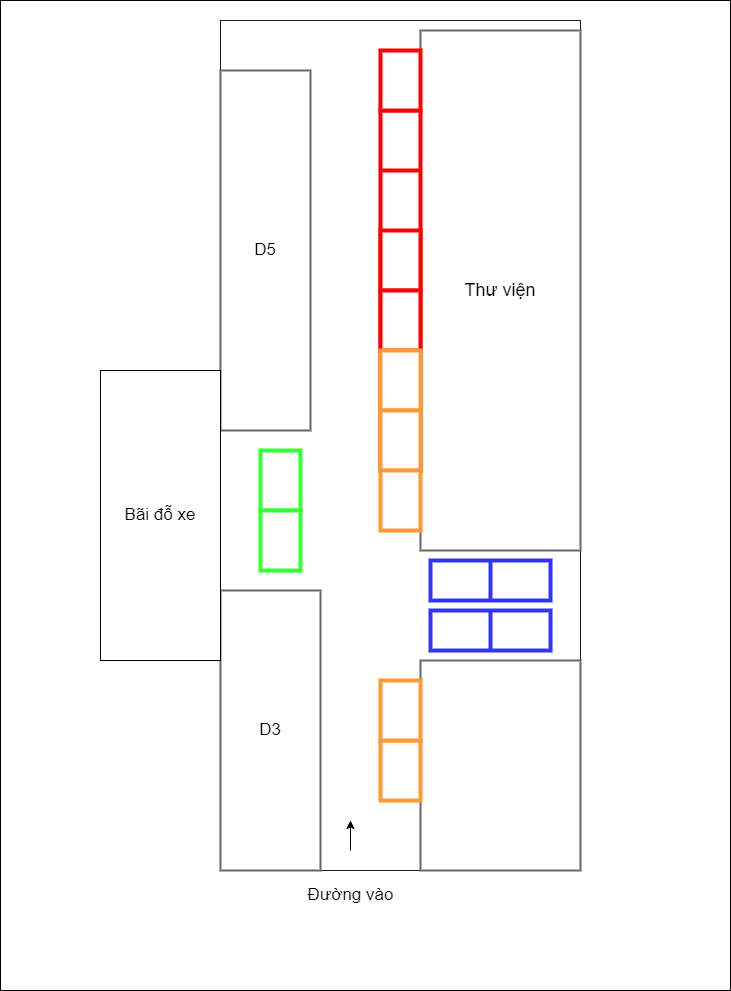
thvroyal/hustparking keeps this draw.io diagram as src/assets/img/2D_thư_viện_D35.drawio.png. Above is the earlier version. Source tidied: cells renumbered, new cells last; positions are measured from the earlier drawing's top-left corner, leaving out a move shared by most shapes. Source of this version:
```xml
<mxGraphModel>
  <root>
    <mxCell id="0" />
    <mxCell id="1" parent="0" />
    <mxCell id="2" style="rounded=0;whiteSpace=wrap;html=1;fontSize=17;shadow=0;sketch=0;" parent="1" vertex="1">
      <mxGeometry width="730" height="990" as="geometry" />
    </mxCell>
    <mxCell id="3" style="rounded=0;whiteSpace=wrap;html=1;strokeColor=#1F1F1F;" parent="1" vertex="1">
      <mxGeometry x="220" y="20" width="360" height="850" as="geometry" />
    </mxCell>
    <mxCell id="4" value="&lt;font style=&quot;font-size: 18px&quot;&gt;Thư viện&lt;/font&gt;" style="rounded=0;whiteSpace=wrap;html=1;strokeWidth=2;strokeColor=#666666;" parent="1" vertex="1">
      <mxGeometry x="420" y="30" width="160" height="520" as="geometry" />
    </mxCell>
    <mxCell id="5" style="rounded=0;whiteSpace=wrap;html=1;strokeColor=#3333FF;strokeWidth=4;perimeterSpacing=0;" parent="1" vertex="1">
      <mxGeometry x="430" y="560" width="120" height="40" as="geometry" />
    </mxCell>
    <mxCell id="6" style="rounded=0;whiteSpace=wrap;html=1;strokeColor=#FF0000;strokeWidth=4;" parent="1" vertex="1">
      <mxGeometry x="380" y="110" width="40" height="360" as="geometry" />
    </mxCell>
    <mxCell id="7" style="endArrow=none;html=1;rounded=0;strokeColor=#FF0000;strokeWidth=4;" parent="1" edge="1" source="6">
      <mxGeometry relative="1" as="geometry">
        <mxPoint x="420" y="170" as="targetPoint" />
        <Array as="points">
          <mxPoint x="380" y="170" />
        </Array>
      </mxGeometry>
    </mxCell>
    <mxCell id="8" style="rounded=0;whiteSpace=wrap;html=1;strokeColor=#3333FF;strokeWidth=4;" parent="1" vertex="1">
      <mxGeometry x="430" y="610" width="120" height="40" as="geometry" />
    </mxCell>
    <mxCell id="9" style="endArrow=none;html=1;rounded=0;entryX=0.5;entryY=1;entryDx=0;entryDy=0;strokeColor=#3333FF;strokeWidth=4;" parent="1" edge="1" target="5">
      <mxGeometry relative="1" as="geometry">
        <mxPoint x="490" y="560" as="sourcePoint" />
      </mxGeometry>
    </mxCell>
    <mxCell id="10" style="endArrow=none;html=1;rounded=0;entryX=0.5;entryY=0;entryDx=0;entryDy=0;strokeColor=#3333FF;strokeWidth=4;" parent="1" edge="1" target="8">
      <mxGeometry relative="1" as="geometry">
        <mxPoint x="490" y="650" as="sourcePoint" />
      </mxGeometry>
    </mxCell>
    <mxCell id="11" style="rounded=0;whiteSpace=wrap;html=1;strokeWidth=2;strokeColor=#666666;" parent="1" vertex="1">
      <mxGeometry x="420" y="660" width="160" height="210" as="geometry" />
    </mxCell>
    <mxCell id="12" style="rounded=0;whiteSpace=wrap;html=1;strokeColor=#FF9933;strokeWidth=4;" parent="1" vertex="1">
      <mxGeometry x="380" y="740" width="40" height="60" as="geometry" />
    </mxCell>
    <mxCell id="13" style="rounded=0;whiteSpace=wrap;html=1;strokeColor=#FF9933;strokeWidth=4;" parent="1" vertex="1">
      <mxGeometry x="380" y="680" width="40" height="60" as="geometry" />
    </mxCell>
    <mxCell id="14" style="rounded=0;whiteSpace=wrap;html=1;strokeColor=#FF0000;strokeWidth=4;" parent="1" vertex="1">
      <mxGeometry x="380" y="230" width="40" height="60" as="geometry" />
    </mxCell>
    <mxCell id="15" style="rounded=0;whiteSpace=wrap;html=1;strokeColor=#FF0000;strokeWidth=4;" parent="1" vertex="1">
      <mxGeometry x="380" y="290" width="40" height="60" as="geometry" />
    </mxCell>
    <mxCell id="16" style="rounded=0;whiteSpace=wrap;html=1;strokeColor=#FF9933;strokeWidth=4;" parent="1" vertex="1">
      <mxGeometry x="380" y="350" width="40" height="60" as="geometry" />
    </mxCell>
    <mxCell id="17" style="rounded=0;whiteSpace=wrap;html=1;strokeColor=#FF9933;strokeWidth=4;" parent="1" vertex="1">
      <mxGeometry x="380" y="410" width="40" height="60" as="geometry" />
    </mxCell>
    <mxCell id="18" value="&lt;font style=&quot;font-size: 17px&quot;&gt;D5&lt;/font&gt;" style="rounded=0;whiteSpace=wrap;html=1;strokeColor=#666666;strokeWidth=2;glass=0;shadow=0;" parent="1" vertex="1">
      <mxGeometry x="220" y="70" width="90" height="360" as="geometry" />
    </mxCell>
    <mxCell id="19" value="&lt;font style=&quot;font-size: 17px&quot;&gt;D3&lt;/font&gt;" style="rounded=0;whiteSpace=wrap;html=1;strokeWidth=2;strokeColor=#666666;" parent="1" vertex="1">
      <mxGeometry x="220" y="590" width="100" height="280" as="geometry" />
    </mxCell>
    <mxCell id="20" style="rounded=0;whiteSpace=wrap;html=1;strokeColor=#33FF33;strokeWidth=4;" parent="1" vertex="1">
      <mxGeometry x="260" y="450" width="40" height="60" as="geometry" />
    </mxCell>
    <mxCell id="21" style="rounded=0;whiteSpace=wrap;html=1;strokeColor=#33FF33;strokeWidth=4;" parent="1" vertex="1">
      <mxGeometry x="260" y="510" width="40" height="60" as="geometry" />
    </mxCell>
    <mxCell id="22" value="Đường vào" style="text;html=1;align=center;verticalAlign=middle;strokeColor=none;fillColor=none;fontSize=17;" parent="1" vertex="1">
      <mxGeometry x="300" y="880" width="100" height="30" as="geometry" />
    </mxCell>
    <mxCell id="23" style="endArrow=classic;html=1;rounded=0;fontSize=17;" parent="1" edge="1">
      <mxGeometry relative="1" as="geometry">
        <mxPoint x="350" y="850" as="sourcePoint" />
        <mxPoint x="350" y="820" as="targetPoint" />
      </mxGeometry>
    </mxCell>
    <mxCell id="24" value="Bãi đỗ xe" style="rounded=0;whiteSpace=wrap;html=1;fontSize=17;" parent="1" vertex="1">
      <mxGeometry x="100" y="370" width="120" height="290" as="geometry" />
    </mxCell>
    <mxCell id="25" style="rounded=0;whiteSpace=wrap;html=1;strokeColor=#FF9933;strokeWidth=4;" parent="1" vertex="1">
      <mxGeometry x="380" y="470" width="40" height="60" as="geometry" />
    </mxCell>
    <mxCell id="26" style="rounded=0;whiteSpace=wrap;html=1;strokeColor=#FF0000;strokeWidth=4;" parent="1" vertex="1">
      <mxGeometry x="380" y="50" width="40" height="60" as="geometry" />
    </mxCell>
  </root>
</mxGraphModel>
```
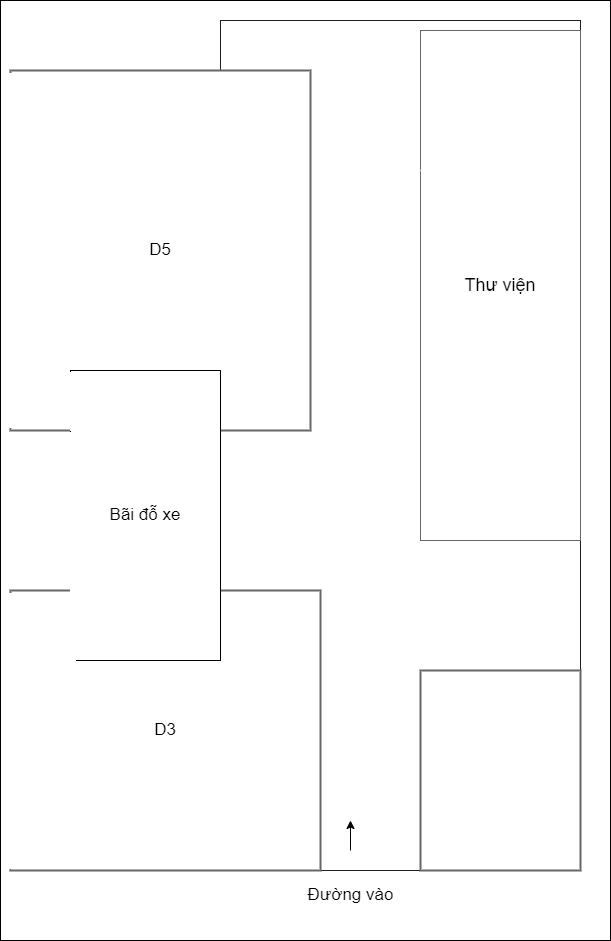
Above is the later version.

Change to the diagram source:
```diff
@@ -3,73 +3,69 @@
     <mxCell id="0" />
     <mxCell id="1" parent="0" />
     <mxCell id="2" style="rounded=0;whiteSpace=wrap;html=1;fontSize=17;shadow=0;sketch=0;" parent="1" vertex="1">
-      <mxGeometry width="730" height="990" as="geometry" />
+      <mxGeometry width="610" height="940" as="geometry" />
     </mxCell>
     <mxCell id="3" style="rounded=0;whiteSpace=wrap;html=1;strokeColor=#1F1F1F;" parent="1" vertex="1">
       <mxGeometry x="220" y="20" width="360" height="850" as="geometry" />
     </mxCell>
-    <mxCell id="4" value="&lt;font style=&quot;font-size: 18px&quot;&gt;Thư viện&lt;/font&gt;" style="rounded=0;whiteSpace=wrap;html=1;strokeWidth=2;strokeColor=#666666;" parent="1" vertex="1">
-      <mxGeometry x="420" y="30" width="160" height="520" as="geometry" />
+    <mxCell id="4" value="&lt;font style=&quot;font-size: 18px&quot;&gt;Thư viện&lt;/font&gt;" style="rounded=0;whiteSpace=wrap;html=1;strokeWidth=1;strokeColor=#666666;" parent="1" vertex="1">
+      <mxGeometry x="420" y="30" width="160" height="510" as="geometry" />
     </mxCell>
-    <mxCell id="5" style="rounded=0;whiteSpace=wrap;html=1;strokeColor=#3333FF;strokeWidth=4;perimeterSpacing=0;" parent="1" vertex="1">
-      <mxGeometry x="430" y="560" width="120" height="40" as="geometry" />
+    <mxCell id="5" style="rounded=0;whiteSpace=wrap;html=1;strokeColor=#FFFFFF;strokeWidth=2;perimeterSpacing=0;" parent="1" vertex="1">
+      <mxGeometry x="430" y="550" width="120" height="50" as="geometry" />
     </mxCell>
-    <mxCell id="6" style="rounded=0;whiteSpace=wrap;html=1;strokeColor=#FF0000;strokeWidth=4;" parent="1" vertex="1">
-      <mxGeometry x="380" y="110" width="40" height="360" as="geometry" />
+    <mxCell id="6" style="rounded=0;whiteSpace=wrap;html=1;strokeColor=#FFFFFF;strokeWidth=2;" parent="1" vertex="1">
+      <mxGeometry x="360" y="110" width="50" height="360" as="geometry" />
     </mxCell>
-    <mxCell id="7" style="endArrow=none;html=1;rounded=0;strokeColor=#FF0000;strokeWidth=4;" parent="1" edge="1" source="6">
+    <mxCell id="7" style="endArrow=none;html=1;rounded=0;strokeColor=#FFFFFF;strokeWidth=2;" parent="1" edge="1" source="6">
       <mxGeometry relative="1" as="geometry">
         <mxPoint x="420" y="170" as="targetPoint" />
         <Array as="points">
-          <mxPoint x="380" y="170" />
+          <mxPoint x="370" y="170" />
         </Array>
       </mxGeometry>
     </mxCell>
-    <mxCell id="8" style="rounded=0;whiteSpace=wrap;html=1;strokeColor=#3333FF;strokeWidth=4;" parent="1" vertex="1">
-      <mxGeometry x="430" y="610" width="120" height="40" as="geometry" />
+    <mxCell id="8" style="rounded=0;whiteSpace=wrap;html=1;strokeColor=#FFFFFF;strokeWidth=2;" parent="1" vertex="1">
+      <mxGeometry x="430" y="610" width="120" height="50" as="geometry" />
     </mxCell>
-    <mxCell id="9" style="endArrow=none;html=1;rounded=0;entryX=0.5;entryY=1;entryDx=0;entryDy=0;strokeColor=#3333FF;strokeWidth=4;" parent="1" edge="1" target="5">
-      <mxGeometry relative="1" as="geometry">
-        <mxPoint x="490" y="560" as="sourcePoint" />
-      </mxGeometry>
+    <mxCell id="9" style="endArrow=none;html=1;rounded=0;entryX=0.5;entryY=1;entryDx=0;entryDy=0;strokeColor=#FFFFFF;strokeWidth=2;exitX=0.5;exitY=0;exitDx=0;exitDy=0;" parent="1" edge="1" source="5" target="5">
+      <mxGeometry relative="1" as="geometry" />
     </mxCell>
-    <mxCell id="10" style="endArrow=none;html=1;rounded=0;entryX=0.5;entryY=0;entryDx=0;entryDy=0;strokeColor=#3333FF;strokeWidth=4;" parent="1" edge="1" target="8">
-      <mxGeometry relative="1" as="geometry">
-        <mxPoint x="490" y="650" as="sourcePoint" />
-      </mxGeometry>
+    <mxCell id="10" style="endArrow=none;html=1;rounded=0;entryX=0.5;entryY=0;entryDx=0;entryDy=0;strokeColor=#FFFFFF;strokeWidth=2;exitX=0.5;exitY=1;exitDx=0;exitDy=0;" parent="1" edge="1" source="8" target="8">
+      <mxGeometry relative="1" as="geometry" />
     </mxCell>
     <mxCell id="11" style="rounded=0;whiteSpace=wrap;html=1;strokeWidth=2;strokeColor=#666666;" parent="1" vertex="1">
-      <mxGeometry x="420" y="660" width="160" height="210" as="geometry" />
+      <mxGeometry x="420" y="670" width="160" height="200" as="geometry" />
     </mxCell>
-    <mxCell id="12" style="rounded=0;whiteSpace=wrap;html=1;strokeColor=#FF9933;strokeWidth=4;" parent="1" vertex="1">
-      <mxGeometry x="380" y="740" width="40" height="60" as="geometry" />
+    <mxCell id="12" style="rounded=0;whiteSpace=wrap;html=1;strokeColor=#FFFFFF;strokeWidth=2;" parent="1" vertex="1">
+      <mxGeometry x="360" y="770" width="50" height="60" as="geometry" />
     </mxCell>
-    <mxCell id="13" style="rounded=0;whiteSpace=wrap;html=1;strokeColor=#FF9933;strokeWidth=4;" parent="1" vertex="1">
-      <mxGeometry x="380" y="680" width="40" height="60" as="geometry" />
+    <mxCell id="13" style="rounded=0;whiteSpace=wrap;html=1;strokeColor=#FFFFFF;strokeWidth=2;" parent="1" vertex="1">
+      <mxGeometry x="360" y="710" width="50" height="60" as="geometry" />
     </mxCell>
-    <mxCell id="14" style="rounded=0;whiteSpace=wrap;html=1;strokeColor=#FF0000;strokeWidth=4;" parent="1" vertex="1">
-      <mxGeometry x="380" y="230" width="40" height="60" as="geometry" />
+    <mxCell id="14" style="rounded=0;whiteSpace=wrap;html=1;strokeColor=#FFFFFF;strokeWidth=2;" parent="1" vertex="1">
+      <mxGeometry x="360" y="230" width="50" height="60" as="geometry" />
     </mxCell>
-    <mxCell id="15" style="rounded=0;whiteSpace=wrap;html=1;strokeColor=#FF0000;strokeWidth=4;" parent="1" vertex="1">
-      <mxGeometry x="380" y="290" width="40" height="60" as="geometry" />
+    <mxCell id="15" style="rounded=0;whiteSpace=wrap;html=1;strokeColor=#FFFFFF;strokeWidth=2;" parent="1" vertex="1">
+      <mxGeometry x="360" y="290" width="50" height="60" as="geometry" />
     </mxCell>
-    <mxCell id="16" style="rounded=0;whiteSpace=wrap;html=1;strokeColor=#FF9933;strokeWidth=4;" parent="1" vertex="1">
-      <mxGeometry x="380" y="350" width="40" height="60" as="geometry" />
+    <mxCell id="16" style="rounded=0;whiteSpace=wrap;html=1;strokeColor=#FFFFFF;strokeWidth=2;" parent="1" vertex="1">
+      <mxGeometry x="360" y="350" width="50" height="60" as="geometry" />
     </mxCell>
-    <mxCell id="17" style="rounded=0;whiteSpace=wrap;html=1;strokeColor=#FF9933;strokeWidth=4;" parent="1" vertex="1">
-      <mxGeometry x="380" y="410" width="40" height="60" as="geometry" />
+    <mxCell id="17" style="rounded=0;whiteSpace=wrap;html=1;strokeColor=#FFFFFF;strokeWidth=2;" parent="1" vertex="1">
+      <mxGeometry x="360" y="410" width="50" height="60" as="geometry" />
     </mxCell>
     <mxCell id="18" value="&lt;font style=&quot;font-size: 17px&quot;&gt;D5&lt;/font&gt;" style="rounded=0;whiteSpace=wrap;html=1;strokeColor=#666666;strokeWidth=2;glass=0;shadow=0;" parent="1" vertex="1">
-      <mxGeometry x="220" y="70" width="90" height="360" as="geometry" />
+      <mxGeometry x="10" y="70" width="300" height="360" as="geometry" />
     </mxCell>
     <mxCell id="19" value="&lt;font style=&quot;font-size: 17px&quot;&gt;D3&lt;/font&gt;" style="rounded=0;whiteSpace=wrap;html=1;strokeWidth=2;strokeColor=#666666;" parent="1" vertex="1">
-      <mxGeometry x="220" y="590" width="100" height="280" as="geometry" />
+      <mxGeometry x="10" y="590" width="310" height="280" as="geometry" />
     </mxCell>
-    <mxCell id="20" style="rounded=0;whiteSpace=wrap;html=1;strokeColor=#33FF33;strokeWidth=4;" parent="1" vertex="1">
-      <mxGeometry x="260" y="450" width="40" height="60" as="geometry" />
+    <mxCell id="20" style="rounded=0;whiteSpace=wrap;html=1;strokeColor=#FFFFFF;strokeWidth=2;" parent="1" vertex="1">
+      <mxGeometry x="250" y="450" width="50" height="60" as="geometry" />
     </mxCell>
-    <mxCell id="21" style="rounded=0;whiteSpace=wrap;html=1;strokeColor=#33FF33;strokeWidth=4;" parent="1" vertex="1">
-      <mxGeometry x="260" y="510" width="40" height="60" as="geometry" />
+    <mxCell id="21" style="rounded=0;whiteSpace=wrap;html=1;strokeColor=#FFFFFF;strokeWidth=2;" parent="1" vertex="1">
+      <mxGeometry x="250" y="510" width="50" height="60" as="geometry" />
     </mxCell>
     <mxCell id="22" value="Đường vào" style="text;html=1;align=center;verticalAlign=middle;strokeColor=none;fillColor=none;fontSize=17;" parent="1" vertex="1">
       <mxGeometry x="300" y="880" width="100" height="30" as="geometry" />
@@ -81,13 +77,13 @@
       </mxGeometry>
     </mxCell>
     <mxCell id="24" value="Bãi đỗ xe" style="rounded=0;whiteSpace=wrap;html=1;fontSize=17;" parent="1" vertex="1">
-      <mxGeometry x="100" y="370" width="120" height="290" as="geometry" />
+      <mxGeometry x="70" y="370" width="150" height="290" as="geometry" />
     </mxCell>
-    <mxCell id="25" style="rounded=0;whiteSpace=wrap;html=1;strokeColor=#FF9933;strokeWidth=4;" parent="1" vertex="1">
-      <mxGeometry x="380" y="470" width="40" height="60" as="geometry" />
+    <mxCell id="25" style="rounded=0;whiteSpace=wrap;html=1;strokeColor=#FFFFFF;strokeWidth=2;sketch=0;" parent="1" vertex="1">
+      <mxGeometry x="360" y="470" width="50" height="60" as="geometry" />
     </mxCell>
-    <mxCell id="26" style="rounded=0;whiteSpace=wrap;html=1;strokeColor=#FF0000;strokeWidth=4;" parent="1" vertex="1">
-      <mxGeometry x="380" y="50" width="40" height="60" as="geometry" />
+    <mxCell id="26" style="rounded=0;whiteSpace=wrap;html=1;strokeColor=#FFFFFF;strokeWidth=2;" parent="1" vertex="1">
+      <mxGeometry x="360" y="50" width="50" height="60" as="geometry" />
     </mxCell>
   </root>
 </mxGraphModel>
```
